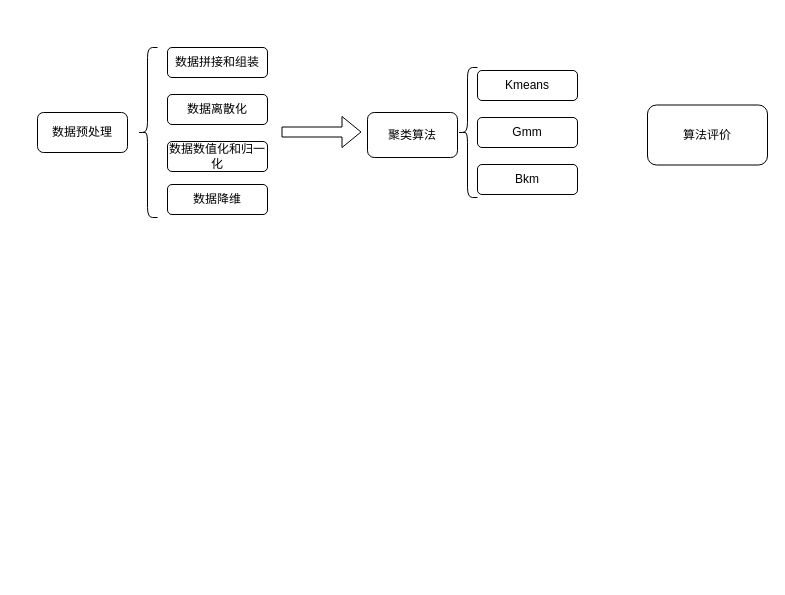
Above: drawio/spark系统流程.drawio in ShizhongP/dl-notes (draw.io), before the change. Source tidied: cells renumbered, new cells numbered last; positions are measured from the earlier drawing's top-left corner, leaving out a move shared by most shapes. Both pictures are drawn from the tidied source at 100%, with x=0, y=0 at pixel (37, 47).
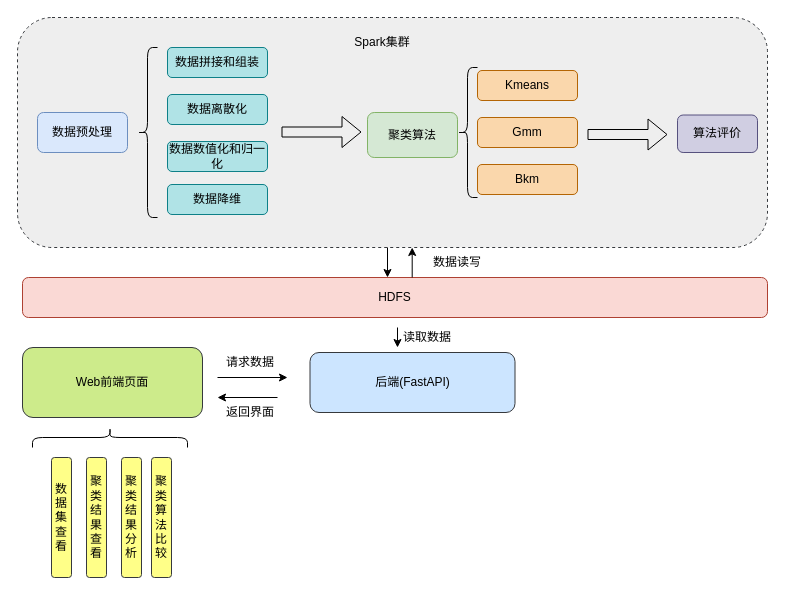
The same diagram, later.

Commit message (it also covers changes not shown here):
更新spark系统流程.drawio

What changed in the source:
```diff
@@
+    <mxCell id="15" style="rounded=1;whiteSpace=wrap;html=1;dashed=1;fillColor=#eeeeee;strokeColor=#36393d;" parent="1" vertex="1">
+      <mxGeometry x="-20" y="-30" width="750" height="230" as="geometry" />
+    </mxCell>
-    <mxCell id="2" value="数据预处理" style="rounded=1;whiteSpace=wrap;html=1;" parent="1" vertex="1">
+    <mxCell id="2" value="数据预处理" style="rounded=1;whiteSpace=wrap;html=1;fillColor=#dae8fc;strokeColor=#6c8ebf;" parent="1" vertex="1">
       <mxGeometry y="65" width="90" height="40" as="geometry" />
     </mxCell>
-    <mxCell id="3" value="数据拼接和组装" style="rounded=1;whiteSpace=wrap;html=1;" parent="1" vertex="1">
+    <mxCell id="3" value="数据拼接和组装" style="rounded=1;whiteSpace=wrap;html=1;fillColor=#b0e3e6;strokeColor=#0e8088;" parent="1" vertex="1">
       <mxGeometry x="130" width="100" height="30" as="geometry" />
     </mxCell>
@@
-    <mxCell id="5" value="数据离散化" style="rounded=1;whiteSpace=wrap;html=1;" parent="1" vertex="1">
+    <mxCell id="5" value="数据离散化" style="rounded=1;whiteSpace=wrap;html=1;fillColor=#b0e3e6;strokeColor=#0e8088;" parent="1" vertex="1">
       <mxGeometry x="130" y="47" width="100" height="30" as="geometry" />
     </mxCell>
-    <mxCell id="6" value="数据数值化和归一化" style="rounded=1;whiteSpace=wrap;html=1;" parent="1" vertex="1">
+    <mxCell id="6" value="数据数值化和归一化" style="rounded=1;whiteSpace=wrap;html=1;fillColor=#b0e3e6;strokeColor=#0e8088;" parent="1" vertex="1">
       <mxGeometry x="130" y="94" width="100" height="30" as="geometry" />
     </mxCell>
-    <mxCell id="7" value="数据降维" style="rounded=1;whiteSpace=wrap;html=1;" parent="1" vertex="1">
+    <mxCell id="7" value="数据降维" style="rounded=1;whiteSpace=wrap;html=1;fillColor=#b0e3e6;strokeColor=#0e8088;" parent="1" vertex="1">
       <mxGeometry x="130" y="137" width="100" height="30" as="geometry" />
     </mxCell>
@@
-    <mxCell id="9" value="聚类算法" style="rounded=1;whiteSpace=wrap;html=1;" parent="1" vertex="1">
+    <mxCell id="9" value="聚类算法" style="rounded=1;whiteSpace=wrap;html=1;fillColor=#d5e8d4;strokeColor=#82b366;" parent="1" vertex="1">
       <mxGeometry x="330" y="65" width="90" height="45" as="geometry" />
     </mxCell>
-    <mxCell id="10" value="Kmeans" style="rounded=1;whiteSpace=wrap;html=1;" parent="1" vertex="1">
+    <mxCell id="10" value="Kmeans" style="rounded=1;whiteSpace=wrap;html=1;fillColor=#fad7ac;strokeColor=#b46504;" parent="1" vertex="1">
       <mxGeometry x="440" y="23" width="100" height="30" as="geometry" />
     </mxCell>
@@
-    <mxCell id="12" value="Gmm" style="rounded=1;whiteSpace=wrap;html=1;" parent="1" vertex="1">
+    <mxCell id="12" value="Gmm" style="rounded=1;whiteSpace=wrap;html=1;fillColor=#fad7ac;strokeColor=#b46504;" parent="1" vertex="1">
       <mxGeometry x="440" y="70" width="100" height="30" as="geometry" />
     </mxCell>
-    <mxCell id="13" value="Bkm" style="rounded=1;whiteSpace=wrap;html=1;" parent="1" vertex="1">
+    <mxCell id="13" value="Bkm" style="rounded=1;whiteSpace=wrap;html=1;fillColor=#fad7ac;strokeColor=#b46504;" parent="1" vertex="1">
       <mxGeometry x="440" y="117" width="100" height="30" as="geometry" />
     </mxCell>
-    <mxCell id="14" value="算法评价" style="rounded=1;whiteSpace=wrap;html=1;" parent="1" vertex="1">
-      <mxGeometry x="610" y="57.5" width="120" height="60" as="geometry" />
+    <mxCell id="14" value="算法评价" style="rounded=1;whiteSpace=wrap;html=1;fillColor=#d0cee2;strokeColor=#56517e;" parent="1" vertex="1">
+      <mxGeometry x="640" y="67.5" width="80" height="37.5" as="geometry" />
     </mxCell>
+    <mxCell id="16" style="shape=flexArrow;endArrow=classic;html=1;rounded=0;" parent="1" edge="1">
+      <mxGeometry relative="1" as="geometry">
+        <mxPoint x="550" y="87" as="sourcePoint" />
+        <mxPoint x="630" y="87" as="targetPoint" />
+      </mxGeometry>
+    </mxCell>
+    <mxCell id="17" value="Web前端页面" style="rounded=1;whiteSpace=wrap;html=1;fillColor=#cdeb8b;strokeColor=#36393d;" parent="1" vertex="1">
+      <mxGeometry x="-15" y="300" width="180" height="70" as="geometry" />
+    </mxCell>
+    <mxCell id="18" value="HDFS" style="rounded=1;whiteSpace=wrap;html=1;fillColor=#fad9d5;strokeColor=#ae4132;" parent="1" vertex="1">
+      <mxGeometry x="-15" y="230" width="745" height="40" as="geometry" />
+    </mxCell>
+    <mxCell id="19" style="endArrow=classic;html=1;rounded=0;" parent="1" edge="1">
+      <mxGeometry relative="1" as="geometry">
+        <mxPoint x="374.7" y="230" as="sourcePoint" />
+        <mxPoint x="374.7" y="200" as="targetPoint" />
+      </mxGeometry>
+    </mxCell>
+    <mxCell id="20" style="endArrow=classic;html=1;rounded=0;" parent="1" edge="1">
+      <mxGeometry relative="1" as="geometry">
+        <mxPoint x="350" y="200" as="sourcePoint" />
+        <mxPoint x="350" y="230" as="targetPoint" />
+      </mxGeometry>
+    </mxCell>
+    <mxCell id="21" value="数据读写" style="text;html=1;align=center;verticalAlign=middle;whiteSpace=wrap;rounded=0;" parent="1" vertex="1">
+      <mxGeometry x="380" y="200" width="80" height="30" as="geometry" />
+    </mxCell>
+    <mxCell id="22" value="后端(FastAPI)" style="rounded=1;whiteSpace=wrap;html=1;fillColor=#cce5ff;strokeColor=#36393d;" parent="1" vertex="1">
+      <mxGeometry x="272.5" y="305" width="205" height="60" as="geometry" />
+    </mxCell>
+    <mxCell id="23" style="endArrow=classic;html=1;rounded=0;" parent="1" edge="1">
+      <mxGeometry relative="1" as="geometry">
+        <mxPoint x="180" y="330" as="sourcePoint" />
+        <mxPoint x="250" y="330" as="targetPoint" />
+      </mxGeometry>
+    </mxCell>
+    <mxCell id="24" value="请求数据" style="text;html=1;align=center;verticalAlign=middle;whiteSpace=wrap;rounded=0;" parent="1" vertex="1">
+      <mxGeometry x="183" y="300" width="60" height="30" as="geometry" />
+    </mxCell>
+    <mxCell id="25" style="endArrow=classic;html=1;rounded=0;" parent="1" edge="1">
+      <mxGeometry relative="1" as="geometry">
+        <mxPoint x="240" y="350" as="sourcePoint" />
+        <mxPoint x="180" y="350" as="targetPoint" />
+      </mxGeometry>
+    </mxCell>
+    <mxCell id="26" value="返回界面" style="text;html=1;align=center;verticalAlign=middle;whiteSpace=wrap;rounded=0;" parent="1" vertex="1">
+      <mxGeometry x="183" y="350" width="60" height="30" as="geometry" />
+    </mxCell>
+    <mxCell id="27" style="endArrow=classic;html=1;rounded=0;" parent="1" edge="1">
+      <mxGeometry relative="1" as="geometry">
+        <mxPoint x="360" y="280" as="sourcePoint" />
+        <mxPoint x="360" y="300" as="targetPoint" />
+      </mxGeometry>
+    </mxCell>
+    <mxCell id="28" value="Spark集群" style="text;html=1;align=center;verticalAlign=middle;whiteSpace=wrap;rounded=0;" parent="1" vertex="1">
+      <mxGeometry x="300" y="-20" width="90" height="30" as="geometry" />
+    </mxCell>
+    <mxCell id="29" value="读取数据" style="text;html=1;align=center;verticalAlign=middle;whiteSpace=wrap;rounded=0;" parent="1" vertex="1">
+      <mxGeometry x="360" y="275" width="60" height="30" as="geometry" />
+    </mxCell>
+    <mxCell id="30" style="shape=curlyBracket;whiteSpace=wrap;html=1;rounded=1;flipH=1;labelPosition=right;verticalLabelPosition=middle;align=left;verticalAlign=middle;rotation=-90;" parent="1" vertex="1">
+      <mxGeometry x="62.5" y="312.5" width="20" height="155" as="geometry" />
+    </mxCell>
+    <mxCell id="31" value="数据集查看" style="rounded=1;whiteSpace=wrap;html=1;fillColor=#ffff88;strokeColor=#36393d;" parent="1" vertex="1">
+      <mxGeometry x="14" y="410" width="20" height="120" as="geometry" />
+    </mxCell>
+    <mxCell id="32" value="聚类结果查看" style="rounded=1;whiteSpace=wrap;html=1;fillColor=#ffff88;strokeColor=#36393d;" parent="1" vertex="1">
+      <mxGeometry x="49" y="410" width="20" height="120" as="geometry" />
+    </mxCell>
+    <mxCell id="33" value="聚类结果分析" style="rounded=1;whiteSpace=wrap;html=1;fillColor=#ffff88;strokeColor=#36393d;" parent="1" vertex="1">
+      <mxGeometry x="84" y="410" width="20" height="120" as="geometry" />
+    </mxCell>
+    <mxCell id="34" value="聚类算法比较" style="rounded=1;whiteSpace=wrap;html=1;fillColor=#ffff88;strokeColor=#36393d;" parent="1" vertex="1">
+      <mxGeometry x="114" y="410" width="20" height="120" as="geometry" />
+    </mxCell>
```
